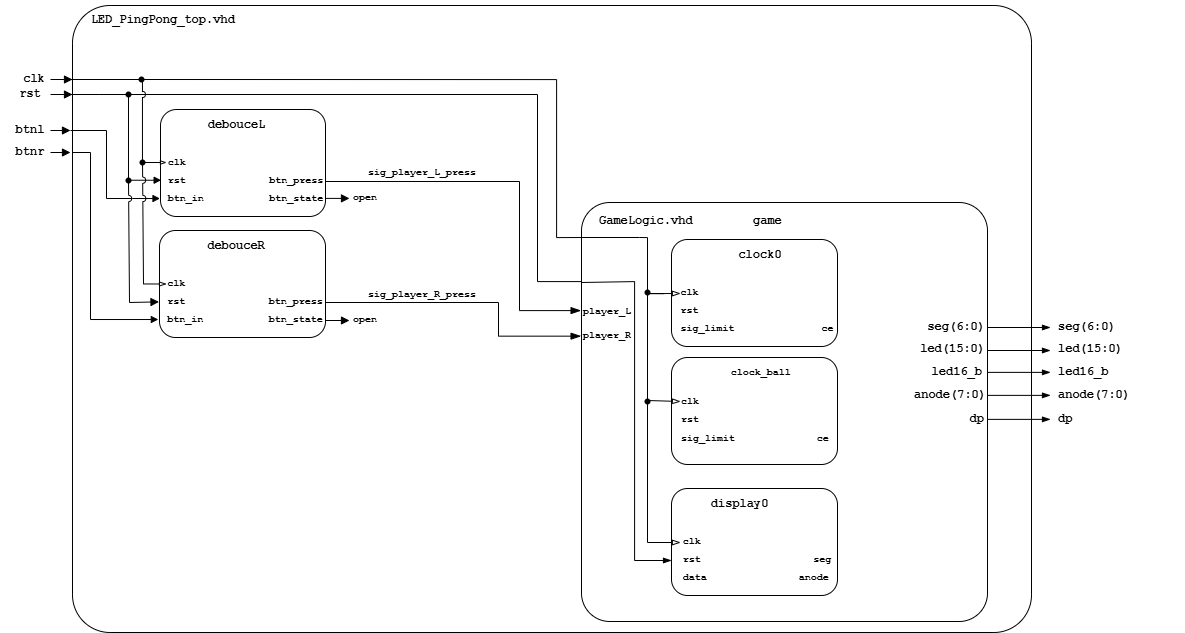
Earlier version of the draw.io export img/Schéma.png (270931/DE1-Projekt). Source tidied: cells renumbered, new cells last; positions are measured from the earlier drawing's top-left corner, leaving out a move shared by most shapes.
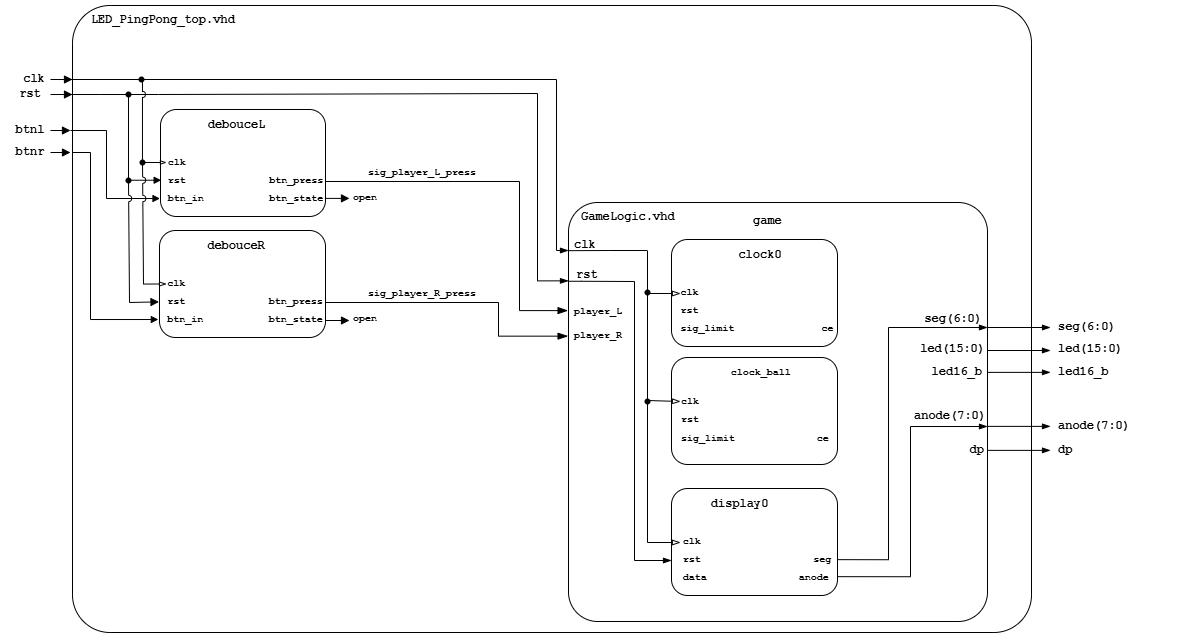
The same file after the commit.

What changed in the source:
```diff
@@ -109,7 +109,7 @@
       </mxGeometry>
     </mxCell>
     <mxCell id="23" value="&lt;br&gt;&lt;div&gt;&lt;font face=&quot;Courier New&quot; style=&quot;font-size: 16px;&quot;&gt;&lt;b style=&quot;&quot;&gt;&lt;/b&gt;&lt;/font&gt;&lt;/div&gt;" style="rounded=1;whiteSpace=wrap;html=1;arcSize=7;verticalAlign=top;" parent="1" vertex="1">
-      <mxGeometry x="581" y="197" width="406" height="419" as="geometry" />
+      <mxGeometry x="568" y="197" width="419" height="419" as="geometry" />
     </mxCell>
     <mxCell id="24" style="edgeStyle=elbowEdgeStyle;elbow=horizontal;endArrow=blockThin;html=1;curved=0;rounded=0;endSize=8;startSize=8;endFill=1;entryX=-0.001;entryY=0.258;entryDx=0;entryDy=0;entryPerimeter=0;" parent="1" edge="1" target="23">
       <mxGeometry relative="1" as="geometry">
@@ -136,12 +136,12 @@
     <mxCell id="28" style="shape=waypoint;sketch=0;fillStyle=solid;size=6;points=[];fillColor=none;perimeter=centerPerimeter;snapToPoint=1;" parent="1" vertex="1">
       <mxGeometry x="131" y="64" width="20" height="20" as="geometry" />
     </mxCell>
-    <mxCell id="29" style="edgeStyle=orthogonalEdgeStyle;rounded=0;jettySize=auto;html=1;endArrow=none;endFill=0;" parent="1" edge="1" source="28">
+    <mxCell id="29" style="edgeStyle=orthogonalEdgeStyle;rounded=0;jettySize=auto;html=1;endArrow=blockThin;endFill=1;" parent="1" edge="1" source="28">
       <mxGeometry relative="1" as="geometry">
-        <mxPoint x="582" y="232" as="targetPoint" />
+        <mxPoint x="568" y="245" as="targetPoint" />
         <Array as="points">
           <mxPoint x="556" y="74" />
-          <mxPoint x="556" y="232" />
+          <mxPoint x="556" y="245" />
         </Array>
       </mxGeometry>
     </mxCell>
@@ -153,13 +153,13 @@
     <mxCell id="31" style="shape=waypoint;sketch=0;fillStyle=solid;size=6;points=[];fillColor=none;perimeter=centerPerimeter;snapToPoint=1;" parent="1" vertex="1">
       <mxGeometry x="118" y="79" width="20" height="20" as="geometry" />
     </mxCell>
-    <mxCell id="32" style="edgeStyle=orthogonalEdgeStyle;rounded=0;jettySize=auto;html=1;endArrow=none;endFill=0;" parent="1" edge="1" source="31">
+    <mxCell id="32" style="edgeStyle=orthogonalEdgeStyle;rounded=0;jettySize=auto;html=1;endArrow=blockThin;endFill=1;entryX=0;entryY=0.187;entryDx=0;entryDy=0;entryPerimeter=0;" parent="1" edge="1" source="31" target="23">
       <mxGeometry relative="1" as="geometry">
-        <mxPoint x="581" y="277" as="targetPoint" />
         <Array as="points">
-          <mxPoint x="537" y="89" />
-          <mxPoint x="537" y="276" />
-          <mxPoint x="581" y="276" />
+          <mxPoint x="158" y="89" />
+          <mxPoint x="158" y="88" />
+          <mxPoint x="537" y="88" />
+          <mxPoint x="537" y="275" />
         </Array>
       </mxGeometry>
     </mxCell>
@@ -222,10 +222,10 @@
       <mxGeometry x="1056" y="352" width="128" height="30" as="geometry" />
     </mxCell>
     <mxCell id="44" value="&lt;p&gt;&lt;font face=&quot;Courier New&quot;&gt;&lt;b&gt;anode(7:0)&lt;/b&gt;&lt;/font&gt;&lt;/p&gt;" style="text;html=1;whiteSpace=wrap;strokeColor=none;fillColor=none;align=left;verticalAlign=middle;rounded=0;fontFamily=Courier New;" parent="1" vertex="1">
-      <mxGeometry x="1056" y="375" width="128" height="30" as="geometry" />
+      <mxGeometry x="1056" y="406" width="128" height="30" as="geometry" />
     </mxCell>
     <mxCell id="45" value="&lt;p&gt;&lt;font face=&quot;Courier New&quot;&gt;&lt;b&gt;dp&lt;/b&gt;&lt;/font&gt;&lt;/p&gt;" style="text;html=1;whiteSpace=wrap;strokeColor=none;fillColor=none;align=left;verticalAlign=middle;rounded=0;fontFamily=Courier New;" parent="1" vertex="1">
-      <mxGeometry x="1056" y="399" width="128" height="30" as="geometry" />
+      <mxGeometry x="1056" y="430" width="128" height="30" as="geometry" />
     </mxCell>
     <mxCell id="46" value="&lt;p&gt;&lt;font face=&quot;Courier New&quot;&gt;&lt;b&gt;game&lt;/b&gt;&lt;/font&gt;&lt;/p&gt;" style="text;html=1;whiteSpace=wrap;strokeColor=none;fillColor=none;align=left;verticalAlign=middle;rounded=0;fontFamily=Courier New;" parent="1" vertex="1">
       <mxGeometry x="751" y="201" width="128" height="30" as="geometry" />
@@ -239,18 +239,19 @@
     <mxCell id="49" value="&lt;div style=&quot;text-align: left;&quot;&gt;&lt;table&gt;&lt;tbody&gt;&lt;tr&gt;&lt;td&gt;&lt;font style=&quot;font-size: 10px;&quot;&gt;&lt;br&gt;&lt;/font&gt;&lt;/td&gt;&lt;td&gt;&lt;font style=&quot;line-height: 140%;&quot;&gt;display0&lt;br&gt;&lt;br&gt;&lt;/font&gt;&lt;/td&gt;&lt;td&gt;&lt;font style=&quot;font-size: 10px;&quot;&gt;&lt;br&gt;&lt;/font&gt;&lt;/td&gt;&lt;/tr&gt;&lt;tr&gt;&lt;td&gt;&lt;font style=&quot;font-size: 10px;&quot;&gt;&amp;nbsp;clk&lt;/font&gt;&lt;/td&gt;&lt;td&gt;&lt;font style=&quot;font-size: 10px;&quot;&gt;&amp;nbsp; &amp;nbsp; &amp;nbsp; &amp;nbsp; &amp;nbsp; &amp;nbsp; &amp;nbsp;&amp;nbsp;&lt;/font&gt;&lt;/td&gt;&lt;td&gt;&lt;font style=&quot;font-size: 10px;&quot;&gt;&lt;br&gt;&lt;/font&gt;&lt;/td&gt;&lt;/tr&gt;&lt;tr&gt;&lt;td&gt;&lt;font style=&quot;font-size: 10px;&quot;&gt;&amp;nbsp;rst&lt;/font&gt;&lt;/td&gt;&lt;td&gt;&lt;font style=&quot;font-size: 10px;&quot;&gt;&lt;br&gt;&lt;/font&gt;&lt;/td&gt;&lt;td&gt;&amp;nbsp; &lt;font style=&quot;font-size: 10px;&quot;&gt;seg&lt;/font&gt;&lt;/td&gt;&lt;/tr&gt;&lt;tr&gt;&lt;td&gt;&lt;font style=&quot;font-size: 10px;&quot;&gt;&amp;nbsp;data&lt;/font&gt;&lt;/td&gt;&lt;td&gt;&lt;br&gt;&lt;/td&gt;&lt;td&gt;&lt;font style=&quot;font-size: 10px;&quot;&gt;anode&lt;/font&gt;&lt;/td&gt;&lt;/tr&gt;&lt;/tbody&gt;&lt;/table&gt;&lt;br&gt;&lt;/div&gt;" style="rounded=1;whiteSpace=wrap;html=1;verticalAlign=top;fontFamily=Courier New;fontStyle=1;spacing=0;" parent="1" vertex="1">
       <mxGeometry x="671" y="483" width="166" height="107" as="geometry" />
     </mxCell>
-    <mxCell id="50" style="endArrow=none;html=1;rounded=0;endFill=0;" parent="1" edge="1">
+    <mxCell id="50" style="endArrow=none;html=1;rounded=0;endFill=0;exitX=0;exitY=0.115;exitDx=0;exitDy=0;exitPerimeter=0;" parent="1" edge="1" source="23">
       <mxGeometry relative="1" as="geometry">
-        <mxPoint x="580" y="232" as="sourcePoint" />
-        <mxPoint x="639" y="232" as="targetPoint" />
+        <mxPoint x="646.6" y="245" as="targetPoint" />
+        <Array as="points">
+          <mxPoint x="608.6" y="245" />
+        </Array>
       </mxGeometry>
     </mxCell>
     <mxCell id="51" style="endArrow=blockThin;html=1;rounded=0;edgeStyle=orthogonalEdgeStyle;endFill=0;" parent="1" edge="1">
       <mxGeometry relative="1" as="geometry">
-        <mxPoint x="639" y="232" as="sourcePoint" />
+        <mxPoint x="647" y="245" as="sourcePoint" />
         <mxPoint x="680" y="288" as="targetPoint" />
         <Array as="points">
-          <mxPoint x="647" y="232" />
           <mxPoint x="647" y="288" />
         </Array>
       </mxGeometry>
@@ -267,9 +268,8 @@
     <mxCell id="53" style="shape=waypoint;sketch=0;fillStyle=solid;size=6;fillColor=none;perimeter=centerPerimeter;" parent="1" vertex="1">
       <mxGeometry x="637" y="277" width="20" height="20" as="geometry" />
     </mxCell>
-    <mxCell id="54" style="endArrow=blockThin;html=1;rounded=0;edgeStyle=orthogonalEdgeStyle;endFill=1;" parent="1" edge="1">
+    <mxCell id="54" style="endArrow=blockThin;html=1;rounded=0;edgeStyle=orthogonalEdgeStyle;endFill=1;exitX=0;exitY=0.188;exitDx=0;exitDy=0;exitPerimeter=0;" parent="1" edge="1" source="23">
       <mxGeometry relative="1" as="geometry">
-        <mxPoint x="581" y="277" as="sourcePoint" />
         <mxPoint x="671" y="555" as="targetPoint" />
         <Array as="points">
           <mxPoint x="581" y="276" />
@@ -279,14 +279,11 @@
       </mxGeometry>
     </mxCell>
     <mxCell id="55" value="&lt;p&gt;&lt;font face=&quot;Courier New&quot; style=&quot;font-size: 10px;&quot;&gt;&lt;b style=&quot;&quot;&gt;player_L&lt;/b&gt;&lt;/font&gt;&lt;/p&gt;" style="text;html=1;whiteSpace=wrap;strokeColor=none;fillColor=none;align=left;verticalAlign=middle;rounded=0;fontFamily=Courier New;" parent="1" vertex="1">
-      <mxGeometry x="581" y="297" width="128" height="17" as="geometry" />
+      <mxGeometry x="572" y="297" width="128" height="17" as="geometry" />
     </mxCell>
     <mxCell id="56" value="&lt;p&gt;&lt;font face=&quot;Courier New&quot; style=&quot;font-size: 10px;&quot;&gt;&lt;b style=&quot;&quot;&gt;player_R&lt;/b&gt;&lt;/font&gt;&lt;/p&gt;" style="text;html=1;whiteSpace=wrap;strokeColor=none;fillColor=none;align=left;verticalAlign=middle;rounded=0;fontFamily=Courier New;" parent="1" vertex="1">
-      <mxGeometry x="581" y="315" width="128" height="30" as="geometry" />
+      <mxGeometry x="572" y="315" width="128" height="30" as="geometry" />
     </mxCell>
-    <mxCell id="57" value="&lt;p&gt;&lt;font face=&quot;Courier New&quot;&gt;&lt;b&gt;seg(6:0)&lt;/b&gt;&lt;/font&gt;&lt;/p&gt;" style="text;html=1;whiteSpace=wrap;strokeColor=none;fillColor=none;align=right;verticalAlign=middle;rounded=0;fontFamily=Courier New;" parent="1" vertex="1">
-      <mxGeometry x="903" y="307" width="84" height="30" as="geometry" />
-    </mxCell>
     <mxCell id="58" value="&lt;p&gt;&lt;font face=&quot;Courier New&quot;&gt;&lt;b&gt;led(15:0)&lt;/b&gt;&lt;/font&gt;&lt;/p&gt;" style="text;html=1;whiteSpace=wrap;strokeColor=none;fillColor=none;align=right;verticalAlign=middle;rounded=0;fontFamily=Courier New;" parent="1" vertex="1">
       <mxGeometry x="903" y="329" width="84" height="30" as="geometry" />
     </mxCell>
@@ -294,10 +291,10 @@
       <mxGeometry x="903" y="352" width="81" height="30" as="geometry" />
     </mxCell>
     <mxCell id="60" value="&lt;p&gt;&lt;font face=&quot;Courier New&quot;&gt;&lt;b&gt;anode(7:0)&lt;/b&gt;&lt;/font&gt;&lt;/p&gt;" style="text;html=1;whiteSpace=wrap;strokeColor=none;fillColor=none;align=right;verticalAlign=middle;rounded=0;fontFamily=Courier New;" parent="1" vertex="1">
-      <mxGeometry x="903" y="375" width="85" height="30" as="geometry" />
+      <mxGeometry x="903" y="396" width="85" height="30" as="geometry" />
     </mxCell>
     <mxCell id="61" value="&lt;p&gt;&lt;font face=&quot;Courier New&quot;&gt;&lt;b&gt;dp&lt;/b&gt;&lt;/font&gt;&lt;/p&gt;" style="text;html=1;whiteSpace=wrap;strokeColor=none;fillColor=none;align=right;verticalAlign=middle;rounded=0;fontFamily=Courier New;" parent="1" vertex="1">
-      <mxGeometry x="903" y="399" width="83" height="30" as="geometry" />
+      <mxGeometry x="903" y="430" width="83" height="30" as="geometry" />
     </mxCell>
     <mxCell id="62" style="endArrow=blockThin;html=1;rounded=0;endFill=1;" parent="1" edge="1">
       <mxGeometry relative="1" as="geometry">
@@ -319,14 +316,14 @@
     </mxCell>
     <mxCell id="65" style="endArrow=blockThin;html=1;rounded=0;endFill=1;" parent="1" edge="1">
       <mxGeometry relative="1" as="geometry">
-        <mxPoint x="987" y="389.9" as="sourcePoint" />
-        <mxPoint x="1050" y="389.9" as="targetPoint" />
+        <mxPoint x="987" y="420.9" as="sourcePoint" />
+        <mxPoint x="1050" y="420.9" as="targetPoint" />
       </mxGeometry>
     </mxCell>
     <mxCell id="66" style="endArrow=blockThin;html=1;rounded=0;endFill=1;" parent="1" edge="1">
       <mxGeometry relative="1" as="geometry">
-        <mxPoint x="987" y="413.9" as="sourcePoint" />
-        <mxPoint x="1050" y="413.9" as="targetPoint" />
+        <mxPoint x="987" y="444.9" as="sourcePoint" />
+        <mxPoint x="1050" y="444.9" as="targetPoint" />
       </mxGeometry>
     </mxCell>
     <mxCell id="67" style="endArrow=blockThin;html=1;rounded=0;edgeStyle=orthogonalEdgeStyle;endFill=0;" parent="1" edge="1" source="69">
@@ -353,7 +350,37 @@
       <mxGeometry x="132" y="147" width="20" height="20" as="geometry" />
     </mxCell>
     <mxCell id="71" value="&lt;b&gt;GameLogic.vhd&lt;/b&gt;" style="text;html=1;whiteSpace=wrap;strokeColor=none;fillColor=none;align=left;verticalAlign=middle;rounded=0;fontFamily=Courier New;" parent="1" vertex="1">
-      <mxGeometry x="597" y="201" width="128" height="30" as="geometry" />
+      <mxGeometry x="579" y="197" width="128" height="30" as="geometry" />
     </mxCell>
+    <mxCell id="72" style="endArrow=blockThin;html=1;rounded=0;exitX=1.002;exitY=0.665;exitDx=0;exitDy=0;exitPerimeter=0;edgeStyle=orthogonalEdgeStyle;endFill=1;" parent="1" edge="1" source="49">
+      <mxGeometry relative="1" as="geometry">
+        <mxPoint x="987" y="322" as="targetPoint" />
+        <Array as="points">
+          <mxPoint x="888" y="554" />
+          <mxPoint x="888" y="322" />
+        </Array>
+      </mxGeometry>
+    </mxCell>
+    <mxCell id="57" value="&lt;p&gt;&lt;font face=&quot;Courier New&quot;&gt;&lt;b&gt;seg(6:0)&lt;/b&gt;&lt;/font&gt;&lt;/p&gt;" style="text;html=1;whiteSpace=wrap;strokeColor=none;fillColor=none;align=right;verticalAlign=middle;rounded=0;fontFamily=Courier New;" parent="1" vertex="1">
+      <mxGeometry x="900" y="299" width="84" height="30" as="geometry" />
+    </mxCell>
+    <mxCell id="73" value="&lt;p&gt;&lt;br&gt;&lt;/p&gt;" style="text;html=1;whiteSpace=wrap;strokeColor=none;fillColor=none;align=right;verticalAlign=middle;rounded=0;fontFamily=Courier New;rotation=-90;" parent="1" vertex="1">
+      <mxGeometry x="837" y="509" width="84" height="30" as="geometry" />
+    </mxCell>
+    <mxCell id="74" value="&lt;b&gt;clk&lt;/b&gt;" style="text;html=1;whiteSpace=wrap;strokeColor=none;fillColor=none;align=left;verticalAlign=middle;rounded=0;fontFamily=Courier New;" parent="1" vertex="1">
+      <mxGeometry x="572" y="231" width="128" height="17" as="geometry" />
+    </mxCell>
+    <mxCell id="75" value="&lt;b&gt;rst&lt;/b&gt;" style="text;html=1;whiteSpace=wrap;strokeColor=none;fillColor=none;align=left;verticalAlign=middle;rounded=0;fontFamily=Courier New;" parent="1" vertex="1">
+      <mxGeometry x="574" y="261" width="128" height="17" as="geometry" />
+    </mxCell>
+    <mxCell id="76" style="endArrow=blockThin;html=1;rounded=0;edgeStyle=orthogonalEdgeStyle;exitX=0.999;exitY=0.824;exitDx=0;exitDy=0;exitPerimeter=0;endFill=1;" parent="1" edge="1" source="49">
+      <mxGeometry relative="1" as="geometry">
+        <mxPoint x="987" y="421" as="targetPoint" />
+        <Array as="points">
+          <mxPoint x="910" y="571" />
+          <mxPoint x="910" y="421" />
+        </Array>
+      </mxGeometry>
+    </mxCell>
   </root>
 </mxGraphModel>
```
